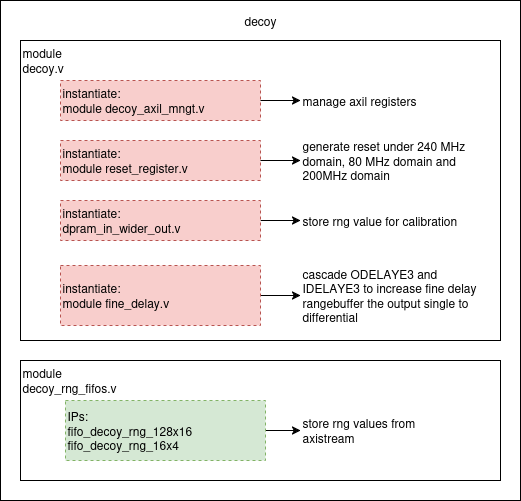
This is src/electronics/fpga/pics/decoy_signal.png from Veriqloud/kiwi_doc, a draw.io export, as it was before one commit. Source tidied: cells renumbered, new cells last; positions are measured from the earlier drawing's top-left corner, leaving out a move shared by most shapes. The source it was exported from:
```xml
<mxGraphModel>
  <root>
    <mxCell id="0" />
    <mxCell id="1" parent="0" />
    <mxCell id="2" style="rounded=0;whiteSpace=wrap;html=1;" parent="1" vertex="1">
      <mxGeometry width="520" height="500" as="geometry" />
    </mxCell>
    <mxCell id="3" style="rounded=0;whiteSpace=wrap;html=1;" parent="1" vertex="1">
      <mxGeometry x="20" y="40" width="480" height="300" as="geometry" />
    </mxCell>
    <mxCell id="4" value="&lt;div align=&quot;left&quot;&gt;instantiate:&lt;/div&gt;&lt;div align=&quot;left&quot;&gt;module decoy_axil_mngt.v&lt;/div&gt;" style="rounded=0;whiteSpace=wrap;html=1;dashed=1;fillColor=#f8cecc;strokeColor=#b85450;align=left;" parent="1" vertex="1">
      <mxGeometry x="60" y="80" width="200" height="40" as="geometry" />
    </mxCell>
    <mxCell id="5" value="&lt;div align=&quot;left&quot;&gt;module decoy.v&lt;/div&gt;" style="text;html=1;align=left;verticalAlign=middle;whiteSpace=wrap;rounded=0;" parent="1" vertex="1">
      <mxGeometry x="20" y="40" width="70" height="40" as="geometry" />
    </mxCell>
    <mxCell id="6" value="&lt;div align=&quot;left&quot;&gt;instantiate:&lt;/div&gt;&lt;div align=&quot;left&quot;&gt;module reset_register.v&lt;/div&gt;" style="rounded=0;whiteSpace=wrap;html=1;dashed=1;fillColor=#f8cecc;strokeColor=#b85450;align=left;" parent="1" vertex="1">
      <mxGeometry x="60" y="140" width="200" height="40" as="geometry" />
    </mxCell>
    <mxCell id="7" value="manage axil registers" style="text;html=1;align=left;verticalAlign=middle;whiteSpace=wrap;rounded=0;" parent="1" vertex="1">
      <mxGeometry x="300" y="80" width="160" height="40" as="geometry" />
    </mxCell>
    <mxCell id="8" value="generate reset under 240 MHz domain, 80 MHz domain and 200MHz domain" style="text;html=1;align=left;verticalAlign=middle;whiteSpace=wrap;rounded=0;" parent="1" vertex="1">
      <mxGeometry x="300" y="140" width="190" height="40" as="geometry" />
    </mxCell>
    <mxCell id="9" style="endArrow=classic;html=1;rounded=0;exitX=1;exitY=0.5;exitDx=0;exitDy=0;entryX=0;entryY=0.5;entryDx=0;entryDy=0;" parent="1" edge="1" source="4" target="7">
      <mxGeometry relative="1" as="geometry" />
    </mxCell>
    <mxCell id="10" style="endArrow=classic;html=1;rounded=0;exitX=1;exitY=0.5;exitDx=0;exitDy=0;entryX=0;entryY=0.5;entryDx=0;entryDy=0;" parent="1" edge="1" source="6" target="8">
      <mxGeometry relative="1" as="geometry" />
    </mxCell>
    <mxCell id="11" value="cascade ODELAYE3 and IDELAYE3 to increase fine delay rangebuffer the output single to differential" style="text;html=1;align=left;verticalAlign=middle;whiteSpace=wrap;rounded=0;" parent="1" vertex="1">
      <mxGeometry x="300" y="260" width="190" height="70" as="geometry" />
    </mxCell>
    <mxCell id="12" style="edgeStyle=orthogonalEdgeStyle;rounded=0;jettySize=auto;html=1;" parent="1" edge="1" source="13" target="11">
      <mxGeometry relative="1" as="geometry" />
    </mxCell>
    <mxCell id="13" value="&lt;div align=&quot;left&quot;&gt;instantiate:&lt;/div&gt;&lt;div align=&quot;left&quot;&gt;module fine_delay.v&lt;br&gt;&lt;/div&gt;" style="rounded=0;whiteSpace=wrap;html=1;dashed=1;fillColor=#f8cecc;strokeColor=#b85450;align=left;" parent="1" vertex="1">
      <mxGeometry x="60" y="265" width="200" height="60" as="geometry" />
    </mxCell>
    <mxCell id="14" style="edgeStyle=orthogonalEdgeStyle;rounded=0;jettySize=auto;html=1;" parent="1" edge="1" source="15" target="16">
      <mxGeometry relative="1" as="geometry" />
    </mxCell>
    <mxCell id="15" value="&lt;div align=&quot;left&quot;&gt;instantiate:&lt;/div&gt;&lt;div align=&quot;left&quot;&gt;dpram_in_wider_out.v&lt;/div&gt;" style="rounded=0;whiteSpace=wrap;html=1;dashed=1;fillColor=#f8cecc;strokeColor=#b85450;align=left;" parent="1" vertex="1">
      <mxGeometry x="60" y="200" width="200" height="40" as="geometry" />
    </mxCell>
    <mxCell id="16" value="store rng value for calibration" style="text;html=1;align=left;verticalAlign=middle;whiteSpace=wrap;rounded=0;" parent="1" vertex="1">
      <mxGeometry x="300" y="200" width="160" height="40" as="geometry" />
    </mxCell>
    <mxCell id="17" style="rounded=0;whiteSpace=wrap;html=1;" parent="1" vertex="1">
      <mxGeometry x="20" y="360" width="480" height="120" as="geometry" />
    </mxCell>
    <mxCell id="18" value="&lt;div align=&quot;left&quot;&gt;module decoy_rng_fifos.v&lt;/div&gt;" style="text;html=1;align=left;verticalAlign=middle;whiteSpace=wrap;rounded=0;" parent="1" vertex="1">
      <mxGeometry x="20" y="360" width="70" height="40" as="geometry" />
    </mxCell>
    <mxCell id="19" style="edgeStyle=orthogonalEdgeStyle;rounded=0;jettySize=auto;html=1;" parent="1" edge="1" source="20" target="21">
      <mxGeometry relative="1" as="geometry" />
    </mxCell>
    <mxCell id="20" value="&lt;div align=&quot;left&quot;&gt;IPs:&lt;/div&gt;&lt;div align=&quot;left&quot;&gt;fifo_decoy_rng_128x16&lt;/div&gt;&lt;div align=&quot;left&quot;&gt;fifo_decoy_rng_16x4&lt;br&gt;&lt;/div&gt;" style="rounded=0;whiteSpace=wrap;html=1;dashed=1;fillColor=#d5e8d4;strokeColor=#82b366;align=left;" parent="1" vertex="1">
      <mxGeometry x="65" y="400" width="200" height="60" as="geometry" />
    </mxCell>
    <mxCell id="21" value="store rng values from axistream" style="text;html=1;align=left;verticalAlign=middle;whiteSpace=wrap;rounded=0;" parent="1" vertex="1">
      <mxGeometry x="300" y="400" width="160" height="60" as="geometry" />
    </mxCell>
    <mxCell id="22" value="decoy" style="text;html=1;align=center;verticalAlign=middle;whiteSpace=wrap;rounded=0;" parent="1" vertex="1">
      <mxGeometry x="220" width="80" height="40" as="geometry" />
    </mxCell>
  </root>
</mxGraphModel>
```
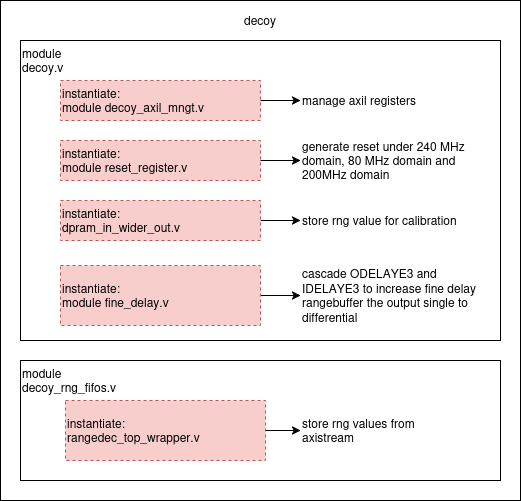
The same file after the commit.

The edit, as a diff of the source:
```diff
@@ -1,7 +1,79 @@
-<mxGraphModel>
+<mxGraphModel background="light-dark(#FFFFFF,#FFFFFF)">
   <root>
     <mxCell id="0" />
     <mxCell id="1" parent="0" />
+    <mxCell id="23" style="rounded=0;whiteSpace=wrap;html=1;fillColor=none;" parent="1" vertex="1">
+      <mxGeometry x="40" y="60" width="480" height="440" as="geometry" />
+    </mxCell>
+    <mxCell id="24" style="rounded=0;whiteSpace=wrap;html=1;" parent="1" vertex="1">
+      <mxGeometry x="60" y="80" width="200" height="80" as="geometry" />
+    </mxCell>
+    <mxCell id="25" value="&lt;div align=&quot;left&quot;&gt;module &lt;br&gt;&lt;/div&gt;&lt;div align=&quot;left&quot;&gt;axi_clock_converter_rtl.v&lt;br&gt;&lt;/div&gt;" style="text;html=1;align=left;verticalAlign=middle;whiteSpace=wrap;rounded=0;" parent="1" vertex="1">
+      <mxGeometry x="60" y="80" width="200" height="40" as="geometry" />
+    </mxCell>
+    <mxCell id="26" value="&lt;div&gt;IP&lt;/div&gt;&lt;div&gt;axi_clock_converter_0&lt;br&gt;&lt;/div&gt;" style="text;html=1;align=left;verticalAlign=middle;whiteSpace=wrap;rounded=0;fillColor=#d5e8d4;strokeColor=#82b366;" parent="1" vertex="1">
+      <mxGeometry x="100" y="120" width="160" height="40" as="geometry" />
+    </mxCell>
+    <mxCell id="27" style="rounded=0;whiteSpace=wrap;html=1;" parent="1" vertex="1">
+      <mxGeometry x="59" y="180" width="200" height="80" as="geometry" />
+    </mxCell>
+    <mxCell id="28" value="&lt;div align=&quot;left&quot;&gt;module &lt;br&gt;&lt;/div&gt;&lt;div align=&quot;left&quot;&gt;axi_virtual_controller_wrapper.v&lt;br&gt;&lt;/div&gt;" style="text;html=1;align=left;verticalAlign=middle;whiteSpace=wrap;rounded=0;" parent="1" vertex="1">
+      <mxGeometry x="59" y="180" width="200" height="40" as="geometry" />
+    </mxCell>
+    <mxCell id="29" value="&lt;div&gt;IP&lt;/div&gt;&lt;div&gt;axi_vfifo_ctrl_0&lt;/div&gt;" style="text;html=1;align=left;verticalAlign=middle;whiteSpace=wrap;rounded=0;fillColor=#d5e8d4;strokeColor=#82b366;" parent="1" vertex="1">
+      <mxGeometry x="99" y="220" width="160" height="40" as="geometry" />
+    </mxCell>
+    <mxCell id="30" value="&lt;div&gt;IP&lt;/div&gt;&lt;div&gt;ddr4_0&lt;/div&gt;" style="text;html=1;align=left;verticalAlign=middle;whiteSpace=wrap;rounded=0;fillColor=#d5e8d4;strokeColor=#82b366;" parent="1" vertex="1">
+      <mxGeometry x="59" y="380" width="200" height="40" as="geometry" />
+    </mxCell>
+    <mxCell id="31" style="rounded=0;whiteSpace=wrap;html=1;" parent="1" vertex="1">
+      <mxGeometry x="300" y="80" width="200" height="80" as="geometry" />
+    </mxCell>
+    <mxCell id="32" value="&lt;div align=&quot;left&quot;&gt;module &lt;br&gt;&lt;/div&gt;ddr_data.v" style="text;html=1;align=left;verticalAlign=middle;whiteSpace=wrap;rounded=0;" parent="1" vertex="1">
+      <mxGeometry x="300" y="80" width="200" height="40" as="geometry" />
+    </mxCell>
+    <mxCell id="33" value="&lt;div&gt;IP&lt;/div&gt;&lt;div&gt;fifo_gc_in_64x64&lt;br&gt;&lt;/div&gt;" style="text;html=1;align=left;verticalAlign=middle;whiteSpace=wrap;rounded=0;fillColor=#d5e8d4;strokeColor=#82b366;" parent="1" vertex="1">
+      <mxGeometry x="340" y="120" width="160" height="40" as="geometry" />
+    </mxCell>
+    <mxCell id="34" style="rounded=0;whiteSpace=wrap;html=1;" parent="1" vertex="1">
+      <mxGeometry x="298" y="180" width="200" height="80" as="geometry" />
+    </mxCell>
+    <mxCell id="35" value="&lt;div align=&quot;left&quot;&gt;module &lt;br&gt;&lt;/div&gt;ddr_data_reg_mngt.v" style="text;html=1;align=left;verticalAlign=middle;whiteSpace=wrap;rounded=0;" parent="1" vertex="1">
+      <mxGeometry x="299" y="180" width="200" height="40" as="geometry" />
+    </mxCell>
+    <mxCell id="36" value="&lt;div&gt;Instantiate:&lt;/div&gt;&lt;div&gt;ddr_data_axil_mngt.v&lt;/div&gt;" style="text;html=1;align=left;verticalAlign=middle;whiteSpace=wrap;rounded=0;fillColor=#f8cecc;strokeColor=#b85450;" parent="1" vertex="1">
+      <mxGeometry x="338" y="220" width="160" height="40" as="geometry" />
+    </mxCell>
+    <mxCell id="37" style="rounded=0;whiteSpace=wrap;html=1;" parent="1" vertex="1">
+      <mxGeometry x="299" y="340" width="200" height="100" as="geometry" />
+    </mxCell>
+    <mxCell id="38" value="&lt;div align=&quot;left&quot;&gt;module &lt;br&gt;&lt;/div&gt;fifos_out.v" style="text;html=1;align=left;verticalAlign=middle;whiteSpace=wrap;rounded=0;" parent="1" vertex="1">
+      <mxGeometry x="300" y="340" width="200" height="40" as="geometry" />
+    </mxCell>
+    <mxCell id="39" value="&lt;div&gt;IP&lt;/div&gt;&lt;div&gt;fifo_alpha_out&lt;/div&gt;&lt;div&gt;fifo_gc_out&lt;br&gt;&lt;/div&gt;" style="text;html=1;align=left;verticalAlign=middle;whiteSpace=wrap;rounded=0;fillColor=#d5e8d4;strokeColor=#82b366;" parent="1" vertex="1">
+      <mxGeometry x="339" y="380" width="160" height="60" as="geometry" />
+    </mxCell>
+    <mxCell id="40" style="rounded=0;whiteSpace=wrap;html=1;" parent="1" vertex="1">
+      <mxGeometry x="299" y="280" width="200" height="40" as="geometry" />
+    </mxCell>
+    <mxCell id="41" value="&lt;div align=&quot;left&quot;&gt;module &lt;br&gt;&lt;/div&gt;mon_ddr_fifos.v" style="text;html=1;align=left;verticalAlign=middle;whiteSpace=wrap;rounded=0;" parent="1" vertex="1">
+      <mxGeometry x="299" y="280" width="200" height="40" as="geometry" />
+    </mxCell>
+    <mxCell id="42" value="&lt;div&gt;IP&lt;/div&gt;&lt;div&gt;system_ila_ddr&lt;br&gt;&lt;/div&gt;" style="text;html=1;align=left;verticalAlign=middle;whiteSpace=wrap;rounded=0;fillColor=#d5e8d4;strokeColor=#82b366;" parent="1" vertex="1">
+      <mxGeometry x="60" y="440" width="199" height="40" as="geometry" />
+    </mxCell>
+    <mxCell id="43" value="ddr4" style="text;html=1;align=center;verticalAlign=middle;whiteSpace=wrap;rounded=0;" parent="1" vertex="1">
+      <mxGeometry x="230" y="20" width="70" height="40" as="geometry" />
+    </mxCell>
+    <mxCell id="44" style="rounded=0;whiteSpace=wrap;html=1;" parent="1" vertex="1">
+      <mxGeometry x="59" y="280" width="200" height="80" as="geometry" />
+    </mxCell>
+    <mxCell id="45" value="&lt;div align=&quot;left&quot;&gt;module &lt;br&gt;&lt;/div&gt;&lt;div align=&quot;left&quot;&gt;axis_burst.v&lt;br&gt;&lt;/div&gt;" style="text;html=1;align=left;verticalAlign=middle;whiteSpace=wrap;rounded=0;" parent="1" vertex="1">
+      <mxGeometry x="59" y="280" width="200" height="40" as="geometry" />
+    </mxCell>
+    <mxCell id="46" value="&lt;div&gt;IP&lt;/div&gt;&lt;div&gt;fifo_burst_formation&lt;/div&gt;" style="text;html=1;align=left;verticalAlign=middle;whiteSpace=wrap;rounded=0;fillColor=#d5e8d4;strokeColor=#82b366;" parent="1" vertex="1">
+      <mxGeometry x="99" y="320" width="160" height="40" as="geometry" />
+    </mxCell>
     <mxCell id="2" style="rounded=0;whiteSpace=wrap;html=1;" parent="1" vertex="1">
       <mxGeometry width="520" height="500" as="geometry" />
     </mxCell>
@@ -53,17 +125,19 @@
     <mxCell id="18" value="&lt;div align=&quot;left&quot;&gt;module decoy_rng_fifos.v&lt;/div&gt;" style="text;html=1;align=left;verticalAlign=middle;whiteSpace=wrap;rounded=0;" parent="1" vertex="1">
       <mxGeometry x="20" y="360" width="70" height="40" as="geometry" />
     </mxCell>
-    <mxCell id="19" style="edgeStyle=orthogonalEdgeStyle;rounded=0;jettySize=auto;html=1;" parent="1" edge="1" source="20" target="21">
-      <mxGeometry relative="1" as="geometry" />
-    </mxCell>
-    <mxCell id="20" value="&lt;div align=&quot;left&quot;&gt;IPs:&lt;/div&gt;&lt;div align=&quot;left&quot;&gt;fifo_decoy_rng_128x16&lt;/div&gt;&lt;div align=&quot;left&quot;&gt;fifo_decoy_rng_16x4&lt;br&gt;&lt;/div&gt;" style="rounded=0;whiteSpace=wrap;html=1;dashed=1;fillColor=#d5e8d4;strokeColor=#82b366;align=left;" parent="1" vertex="1">
-      <mxGeometry x="65" y="400" width="200" height="60" as="geometry" />
-    </mxCell>
+    <mxCell id="47" style="edgeStyle=orthogonalEdgeStyle;rounded=0;jettySize=auto;html=1;" parent="1" edge="1" target="21">
+      <mxGeometry relative="1" as="geometry">
+        <mxPoint x="265" y="430" as="sourcePoint" />
+      </mxGeometry>
+    </mxCell>
     <mxCell id="21" value="store rng values from axistream" style="text;html=1;align=left;verticalAlign=middle;whiteSpace=wrap;rounded=0;" parent="1" vertex="1">
       <mxGeometry x="300" y="400" width="160" height="60" as="geometry" />
     </mxCell>
     <mxCell id="22" value="decoy" style="text;html=1;align=center;verticalAlign=middle;whiteSpace=wrap;rounded=0;" parent="1" vertex="1">
       <mxGeometry x="220" width="80" height="40" as="geometry" />
     </mxCell>
+    <mxCell id="48" value="&lt;div align=&quot;left&quot;&gt;instantiate:&lt;/div&gt;&lt;div align=&quot;left&quot;&gt;rangedec_top_wrapper.v&lt;br&gt;&lt;/div&gt;" style="rounded=0;whiteSpace=wrap;html=1;dashed=1;fillColor=#f8cecc;strokeColor=#b85450;align=left;" parent="1" vertex="1">
+      <mxGeometry x="65" y="400" width="200" height="60" as="geometry" />
+    </mxCell>
   </root>
 </mxGraphModel>
```
